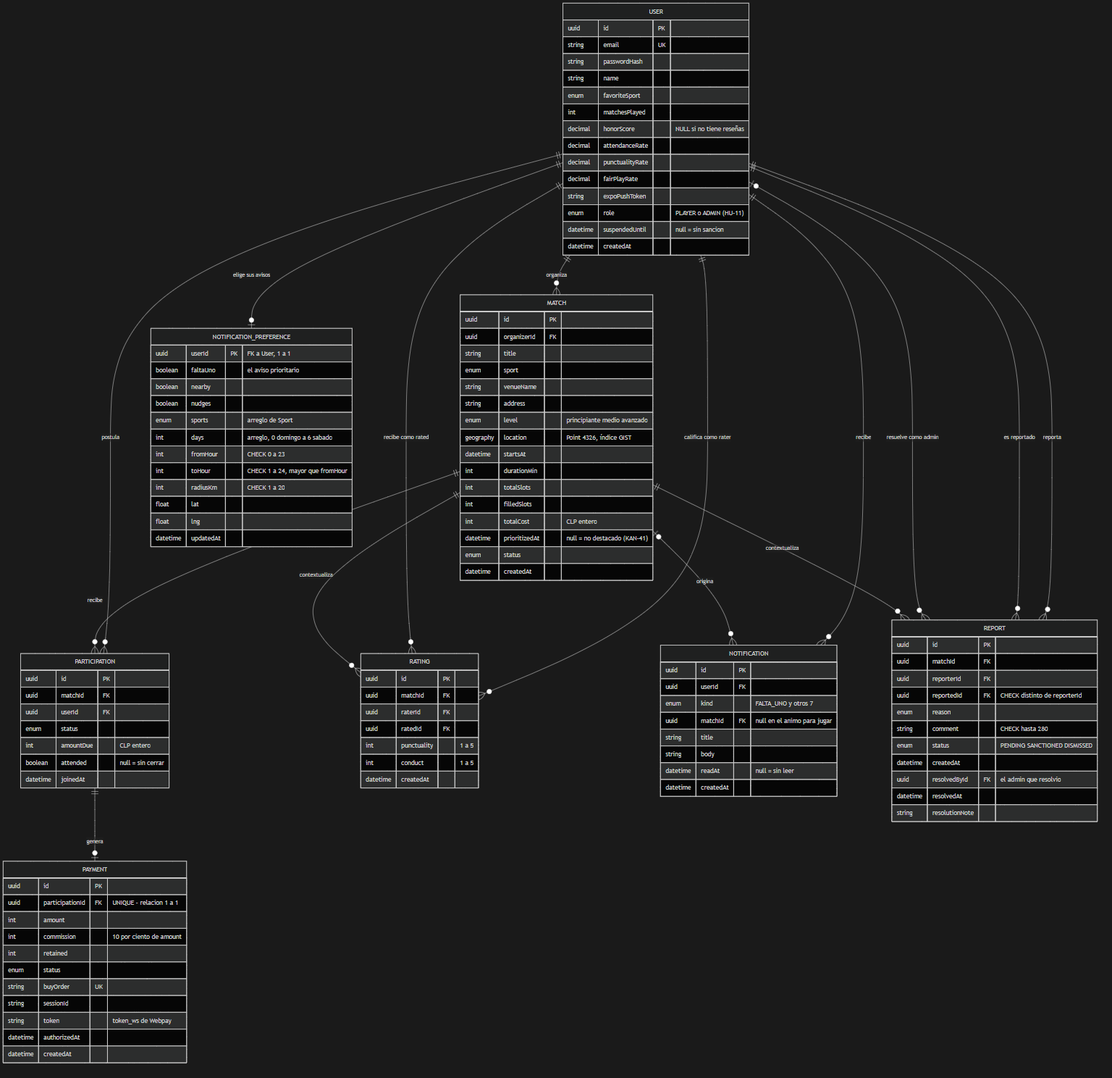
Before: fase-2-desarrollo/docs/diagramas/er-modelo-datos.png, a diagram exported from Mermaid (avenaaaa/KANCHA). Its source is kept beside it as fase-2-desarrollo/docs/diagramas/er-modelo-datos.mmd.
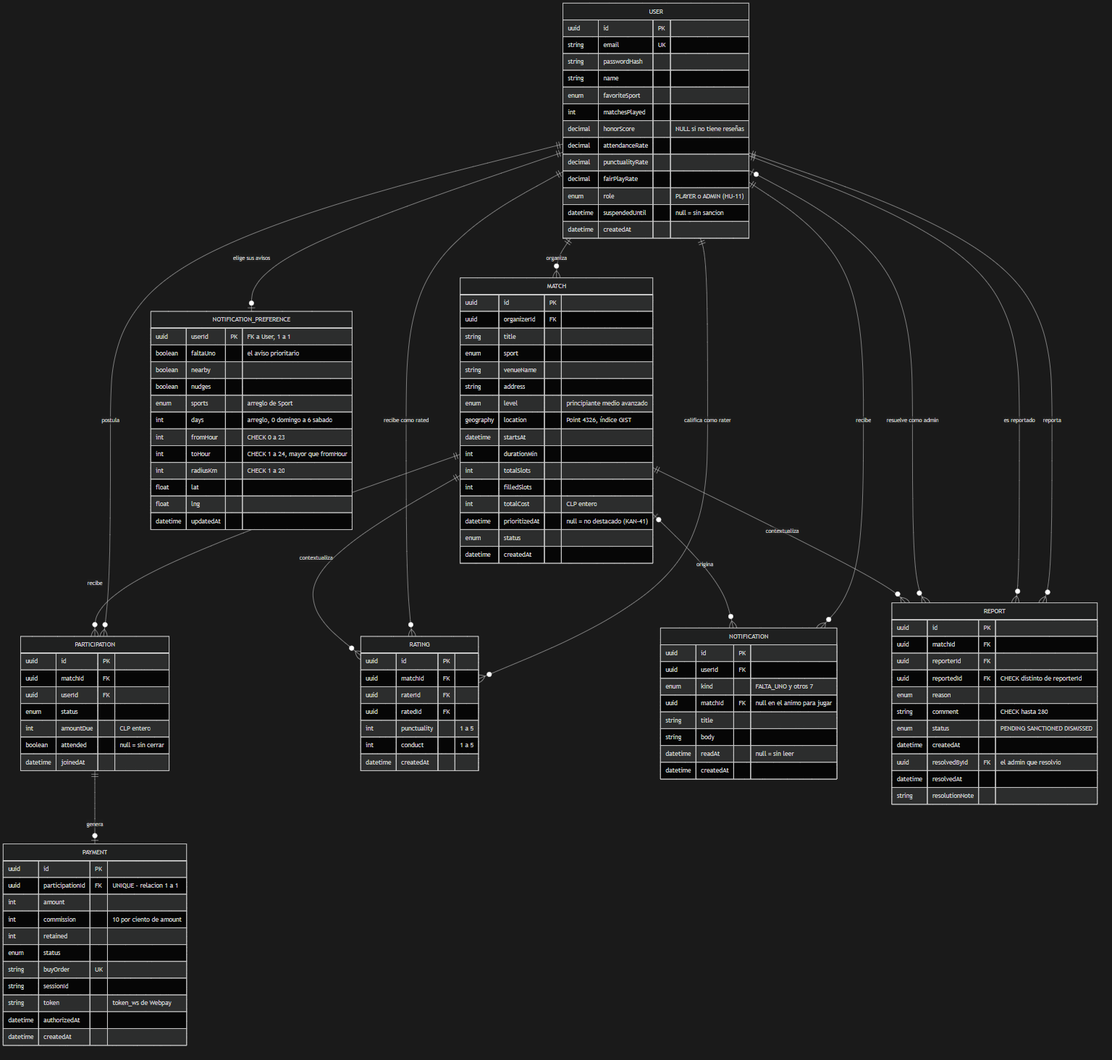
After the change.

The edit, as a diff of the source:
```diff
@@ -25,7 +25,6 @@
         decimal  attendanceRate
         decimal  punctualityRate
         decimal  fairPlayRate
-        string   expoPushToken
         enum     role "PLAYER o ADMIN (HU-11)"
         datetime suspendedUntil "null = sin sancion"
         datetime createdAt
```
